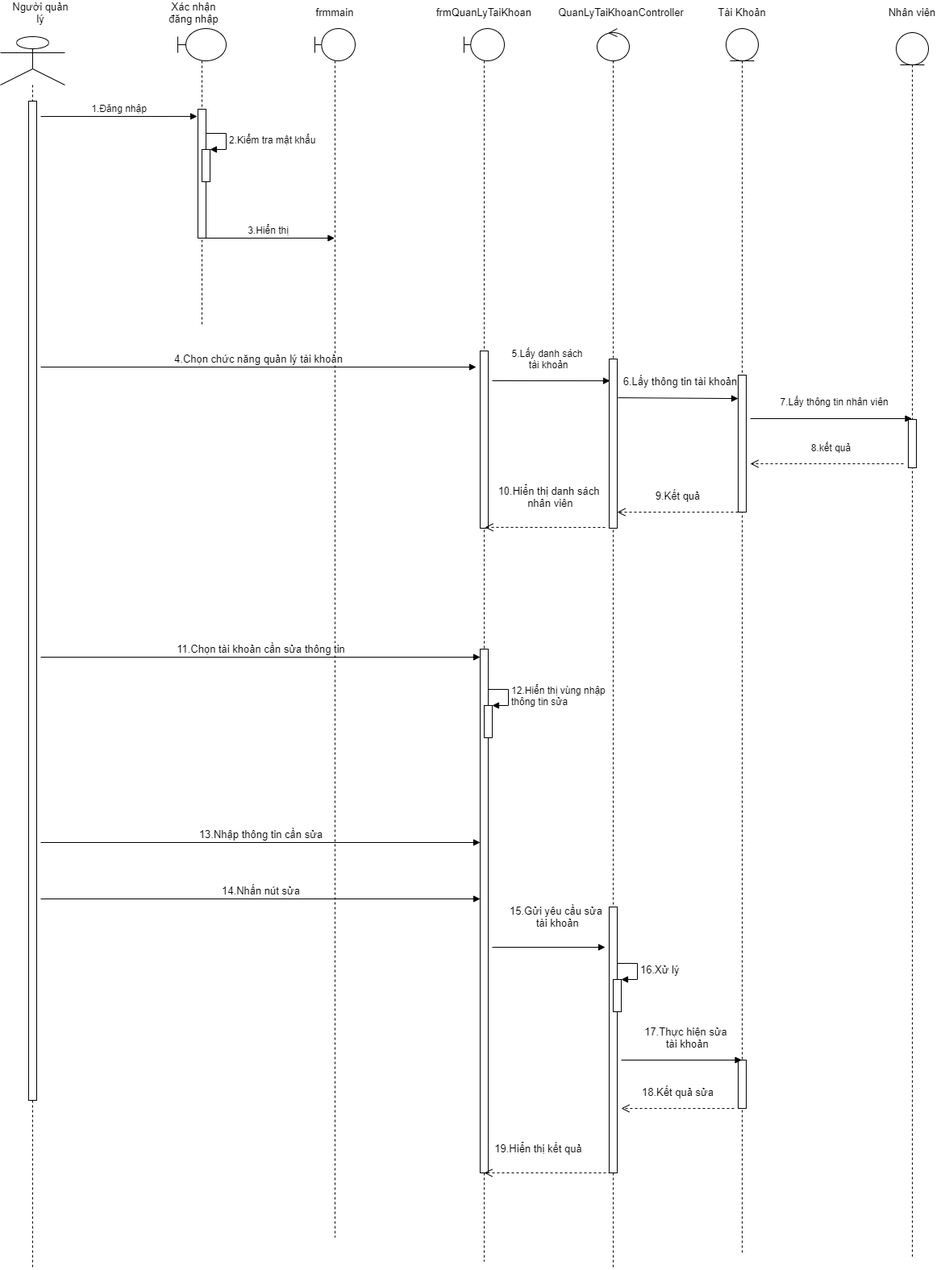
This is Phan_Tich_Thiet_Ke/Diagram/Sequence_Diagram/Sequence_Diagram_QuanLyTaiKhoan_SuataiKhoan.png from KNhaa/DoAnCNPM, a draw.io export, as it was before one commit. Source tidied: cells renumbered, new cells last; positions are measured from the earlier drawing's top-left corner, leaving out a move shared by most shapes.
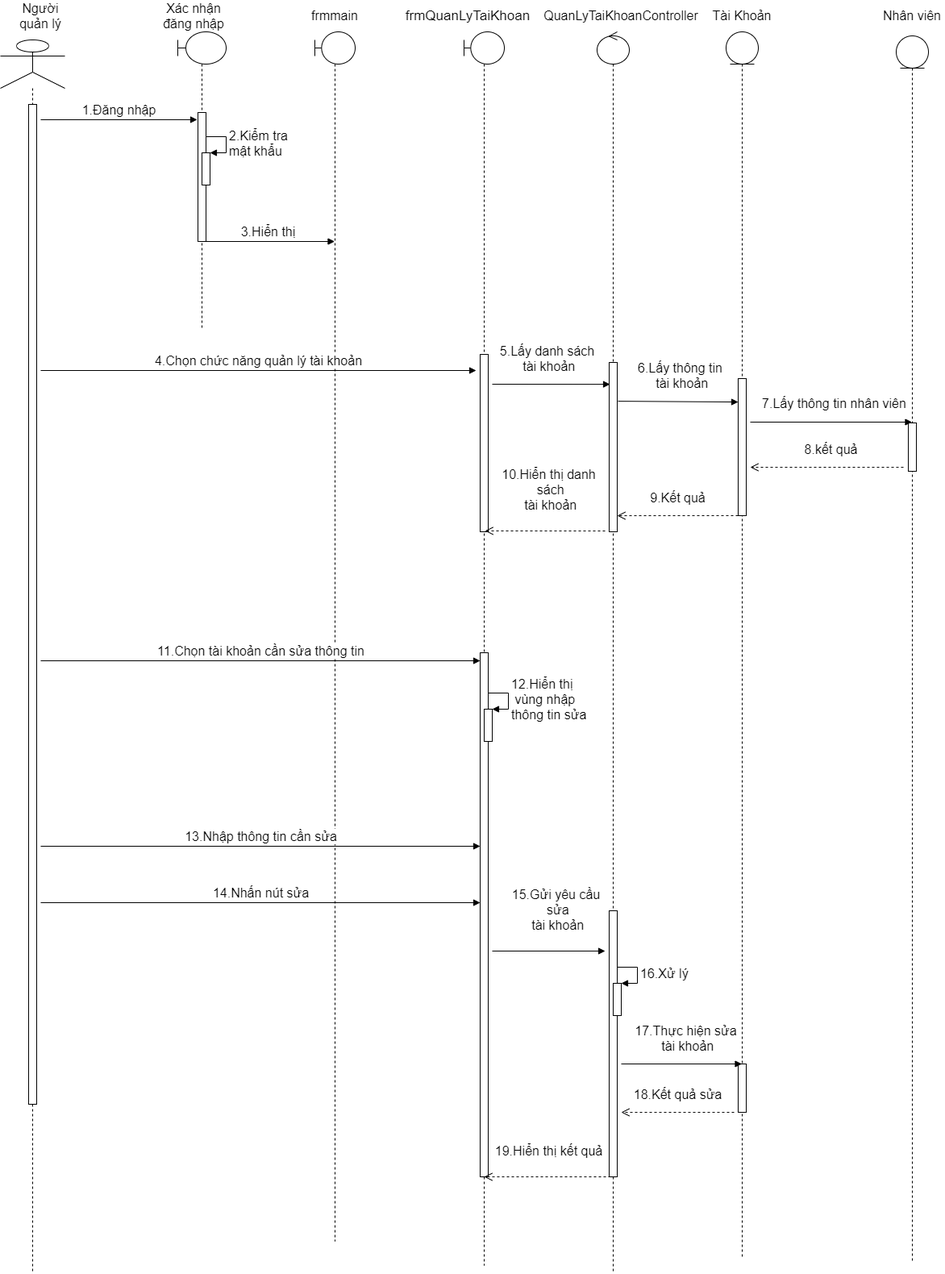
The same diagram one commit later.

The edit, as a diff of the source:
```diff
@@ -17,7 +17,7 @@
     <mxCell id="6" style="html=1;points=[];perimeter=orthogonalPerimeter;" parent="4" vertex="1">
       <mxGeometry x="30" y="150" width="10" height="40" as="geometry" />
     </mxCell>
-    <mxCell id="7" value="&lt;font style=&quot;font-size: 12px&quot;&gt;2.Kiểm tra mật khẩu&lt;/font&gt;" style="edgeStyle=orthogonalEdgeStyle;html=1;align=left;spacingLeft=2;endArrow=block;rounded=0;entryX=1;entryY=0;" parent="4" edge="1" target="6">
+    <mxCell id="7" value="&lt;font style=&quot;font-size: 16px&quot;&gt;2.Kiểm tra &lt;br&gt;mật khẩu&lt;/font&gt;" style="edgeStyle=orthogonalEdgeStyle;html=1;align=left;spacingLeft=2;endArrow=block;rounded=0;entryX=1;entryY=0;" parent="4" edge="1" target="6">
       <mxGeometry relative="1" as="geometry">
         <mxPoint x="35" y="130" as="sourcePoint" />
         <Array as="points">
@@ -37,7 +37,7 @@
     <mxCell id="11" style="html=1;perimeter=orthogonalPerimeter;" parent="9" vertex="1">
       <mxGeometry x="15" y="1280" width="10" height="60" as="geometry" />
     </mxCell>
-    <mxCell id="12" value="&lt;font style=&quot;font-size: 13px&quot;&gt;9.Kết quả&lt;/font&gt;" style="html=1;verticalAlign=bottom;endArrow=open;dashed=1;endSize=8;entryX=1;entryY=0.905;entryDx=0;entryDy=0;entryPerimeter=0;" parent="9" edge="1" target="14">
+    <mxCell id="12" value="&lt;font style=&quot;font-size: 16px&quot;&gt;9.Kết quả&lt;/font&gt;" style="html=1;verticalAlign=bottom;endArrow=open;dashed=1;endSize=8;entryX=1;entryY=0.905;entryDx=0;entryDy=0;entryPerimeter=0;" parent="9" edge="1" target="14">
       <mxGeometry y="-10" relative="1" as="geometry">
         <mxPoint x="15" y="600" as="sourcePoint" />
       </mxGeometry>
@@ -54,7 +54,7 @@
     <mxCell id="16" style="html=1;points=[];perimeter=orthogonalPerimeter;" parent="13" vertex="1">
       <mxGeometry x="20" y="1180" width="10" height="40" as="geometry" />
     </mxCell>
-    <mxCell id="17" value="&lt;font style=&quot;font-size: 13px&quot;&gt;16.Xử lý&lt;/font&gt;" style="edgeStyle=orthogonalEdgeStyle;html=1;align=left;spacingLeft=2;endArrow=block;rounded=0;entryX=1;entryY=0;" parent="13" edge="1" target="16">
+    <mxCell id="17" value="&lt;font style=&quot;font-size: 16px&quot;&gt;16.Xử lý&lt;/font&gt;" style="edgeStyle=orthogonalEdgeStyle;html=1;align=left;spacingLeft=2;endArrow=block;rounded=0;entryX=1;entryY=0;" parent="13" edge="1" target="16">
       <mxGeometry relative="1" as="geometry">
         <mxPoint x="25" y="1160" as="sourcePoint" />
         <Array as="points">
@@ -62,19 +62,19 @@
         </Array>
       </mxGeometry>
     </mxCell>
-    <mxCell id="18" value="&lt;font style=&quot;font-size: 13px&quot;&gt;Người quản lý&lt;/font&gt;" style="text;html=1;strokeColor=none;fillColor=none;align=center;verticalAlign=middle;whiteSpace=wrap;rounded=0;" parent="1" vertex="1">
+    <mxCell id="18" value="&lt;font style=&quot;font-size: 16px&quot;&gt;Người quản lý&lt;/font&gt;" style="text;html=1;strokeColor=none;fillColor=none;align=center;verticalAlign=middle;whiteSpace=wrap;rounded=0;" parent="1" vertex="1">
       <mxGeometry x="10" width="80" height="20" as="geometry" />
     </mxCell>
-    <mxCell id="19" value="&lt;font style=&quot;font-size: 13px&quot;&gt;Xác nhận đăng nhập&lt;/font&gt;" style="text;html=1;strokeColor=none;fillColor=none;align=center;verticalAlign=middle;whiteSpace=wrap;rounded=0;" parent="1" vertex="1">
+    <mxCell id="19" value="&lt;font style=&quot;font-size: 16px&quot;&gt;Xác nhận đăng nhập&lt;/font&gt;" style="text;html=1;strokeColor=none;fillColor=none;align=center;verticalAlign=middle;whiteSpace=wrap;rounded=0;" parent="1" vertex="1">
       <mxGeometry x="200" width="80" height="20" as="geometry" />
     </mxCell>
-    <mxCell id="20" value="&lt;font style=&quot;font-size: 13px&quot;&gt;frmmain&lt;/font&gt;" style="text;html=1;strokeColor=none;fillColor=none;align=center;verticalAlign=middle;whiteSpace=wrap;rounded=0;" parent="1" vertex="1">
+    <mxCell id="20" value="&lt;font style=&quot;font-size: 16px&quot;&gt;frmmain&lt;/font&gt;" style="text;html=1;strokeColor=none;fillColor=none;align=center;verticalAlign=middle;whiteSpace=wrap;rounded=0;" parent="1" vertex="1">
       <mxGeometry x="375" width="80" height="20" as="geometry" />
     </mxCell>
-    <mxCell id="21" value="&lt;font style=&quot;font-size: 13px&quot;&gt;frmQuanLyTaiKhoan&lt;/font&gt;" style="text;html=1;strokeColor=none;fillColor=none;align=center;verticalAlign=middle;whiteSpace=wrap;rounded=0;" parent="1" vertex="1">
-      <mxGeometry x="560" width="80" height="20" as="geometry" />
+    <mxCell id="21" value="&lt;font style=&quot;font-size: 17px&quot;&gt;frmQuanLyTaiKhoan&lt;/font&gt;" style="text;html=1;strokeColor=none;fillColor=none;align=center;verticalAlign=middle;whiteSpace=wrap;rounded=0;" parent="1" vertex="1">
+      <mxGeometry x="540" width="80" height="20" as="geometry" />
     </mxCell>
-    <mxCell id="22" value="&lt;font style=&quot;font-size: 13px&quot;&gt;Tài Khoản&lt;/font&gt;" style="text;html=1;strokeColor=none;fillColor=none;align=center;verticalAlign=middle;whiteSpace=wrap;rounded=0;" parent="1" vertex="1">
+    <mxCell id="22" value="&lt;font style=&quot;font-size: 16px&quot;&gt;Tài Khoản&lt;/font&gt;" style="text;html=1;strokeColor=none;fillColor=none;align=center;verticalAlign=middle;whiteSpace=wrap;rounded=0;" parent="1" vertex="1">
       <mxGeometry x="880" width="80" height="20" as="geometry" />
     </mxCell>
     <mxCell id="23" style="shape=umlLifeline;participant=umlBoundary;perimeter=lifelinePerimeter;whiteSpace=wrap;html=1;verticalAlign=top;spacingTop=36;" parent="1" vertex="1">
@@ -89,7 +89,7 @@
     <mxCell id="26" style="html=1;points=[];perimeter=orthogonalPerimeter;" parent="23" vertex="1">
       <mxGeometry x="25" y="840" width="10" height="40" as="geometry" />
     </mxCell>
-    <mxCell id="27" value="&lt;font style=&quot;font-size: 12px&quot;&gt;12.Hiển thị vùng nhập&amp;nbsp;&lt;br&gt;thông tin sửa&lt;/font&gt;" style="edgeStyle=orthogonalEdgeStyle;html=1;align=left;spacingLeft=2;endArrow=block;rounded=0;entryX=1;entryY=0;" parent="23" edge="1" target="26">
+    <mxCell id="27" value="&lt;font style=&quot;font-size: 16px&quot;&gt;12.Hiển thị&lt;br&gt;&amp;nbsp;vùng nhập&amp;nbsp;&lt;br&gt;thông tin sửa&lt;/font&gt;" style="edgeStyle=orthogonalEdgeStyle;html=1;align=left;spacingLeft=2;endArrow=block;rounded=0;entryX=1;entryY=0;" parent="23" edge="1" target="26">
       <mxGeometry relative="1" as="geometry">
         <mxPoint x="30" y="820" as="sourcePoint" />
         <Array as="points">
@@ -97,74 +97,74 @@
         </Array>
       </mxGeometry>
     </mxCell>
-    <mxCell id="28" value="&lt;font style=&quot;font-size: 13px&quot;&gt;QuanLyTaiKhoanController&lt;/font&gt;" style="text;html=1;strokeColor=none;fillColor=none;align=center;verticalAlign=middle;whiteSpace=wrap;rounded=0;" parent="1" vertex="1">
+    <mxCell id="28" value="&lt;font style=&quot;font-size: 16px&quot;&gt;QuanLyTaiKhoanController&lt;/font&gt;" style="text;html=1;strokeColor=none;fillColor=none;align=center;verticalAlign=middle;whiteSpace=wrap;rounded=0;" parent="1" vertex="1">
       <mxGeometry x="730" width="80" height="20" as="geometry" />
     </mxCell>
-    <mxCell id="29" value="&lt;font style=&quot;font-size: 12px&quot;&gt;1.Đăng nhập&lt;/font&gt;" style="html=1;verticalAlign=bottom;endArrow=block;entryX=-0.1;entryY=0.056;entryDx=0;entryDy=0;entryPerimeter=0;" parent="1" edge="1" target="5">
+    <mxCell id="29" value="&lt;font style=&quot;font-size: 16px&quot;&gt;1.Đăng nhập&lt;/font&gt;" style="html=1;verticalAlign=bottom;endArrow=block;entryX=-0.1;entryY=0.056;entryDx=0;entryDy=0;entryPerimeter=0;" parent="1" edge="1" target="5">
       <mxGeometry relative="1" as="geometry">
         <mxPoint x="50" y="139" as="sourcePoint" />
       </mxGeometry>
     </mxCell>
-    <mxCell id="30" value="&lt;font style=&quot;font-size: 12px&quot;&gt;3.Hiển thị&lt;/font&gt;" style="html=1;verticalAlign=bottom;endArrow=block;" parent="1" edge="1" target="8">
+    <mxCell id="30" value="&lt;font style=&quot;font-size: 16px&quot;&gt;3.Hiển thị&lt;/font&gt;" style="html=1;verticalAlign=bottom;endArrow=block;" parent="1" edge="1" target="8">
       <mxGeometry relative="1" as="geometry">
         <mxPoint x="250" y="290" as="sourcePoint" />
       </mxGeometry>
     </mxCell>
-    <mxCell id="31" value="&lt;font style=&quot;font-size: 13px&quot;&gt;4.Chọn chức năng quản lý tài khoản&lt;/font&gt;" style="html=1;verticalAlign=bottom;endArrow=block;" parent="1" edge="1">
+    <mxCell id="31" value="&lt;font style=&quot;font-size: 16px&quot;&gt;4.Chọn chức năng quản lý tài khoản&lt;/font&gt;" style="html=1;verticalAlign=bottom;endArrow=block;" parent="1" edge="1">
       <mxGeometry relative="1" as="geometry">
         <mxPoint x="50" y="450" as="sourcePoint" />
         <mxPoint x="590" y="450" as="targetPoint" />
       </mxGeometry>
     </mxCell>
-    <mxCell id="32" value="&lt;font style=&quot;font-size: 12px&quot;&gt;5.Lấy danh sách&lt;br&gt;&amp;nbsp;tài khoản&lt;/font&gt;" style="html=1;verticalAlign=bottom;endArrow=block;entryX=0.1;entryY=0.129;entryDx=0;entryDy=0;entryPerimeter=0;" parent="1" edge="1" target="14">
+    <mxCell id="32" value="&lt;font style=&quot;font-size: 16px&quot;&gt;5.Lấy danh sách&lt;br&gt;&amp;nbsp;tài khoản&lt;/font&gt;" style="html=1;verticalAlign=bottom;endArrow=block;entryX=0.1;entryY=0.129;entryDx=0;entryDy=0;entryPerimeter=0;" parent="1" edge="1" target="14">
       <mxGeometry x="-0.06" y="10" relative="1" as="geometry">
         <mxPoint x="610" y="467" as="sourcePoint" />
       </mxGeometry>
     </mxCell>
-    <mxCell id="33" value="&lt;font style=&quot;font-size: 13px&quot;&gt;6.Lấy thông tin tài khoản&lt;/font&gt;" style="html=1;verticalAlign=bottom;endArrow=block;exitX=1.1;exitY=0.229;exitDx=0;exitDy=0;exitPerimeter=0;entryX=0;entryY=0.171;entryDx=0;entryDy=0;entryPerimeter=0;" parent="1" edge="1" source="14" target="10">
+    <mxCell id="33" value="&lt;font style=&quot;font-size: 16px&quot;&gt;6.Lấy thông tin&lt;br&gt;&amp;nbsp;tài khoản&lt;/font&gt;" style="html=1;verticalAlign=bottom;endArrow=block;exitX=1.1;exitY=0.229;exitDx=0;exitDy=0;exitPerimeter=0;entryX=0;entryY=0.171;entryDx=0;entryDy=0;entryPerimeter=0;" parent="1" edge="1" source="14" target="10">
       <mxGeometry x="0.04" y="11" relative="1" as="geometry" />
     </mxCell>
-    <mxCell id="34" value="&lt;font style=&quot;font-size: 13px&quot;&gt;10.Hiển thị danh sách&lt;br&gt;&lt;font style=&quot;font-size: 13px&quot;&gt;&amp;nbsp;nhân viên&lt;/font&gt;&lt;/font&gt;" style="html=1;verticalAlign=bottom;endArrow=open;dashed=1;endSize=8;entryX=0.6;entryY=0.995;entryDx=0;entryDy=0;entryPerimeter=0;" parent="1" edge="1" target="24">
+    <mxCell id="34" value="&lt;font style=&quot;font-size: 16px&quot;&gt;10.Hiển thị danh&lt;br&gt;&amp;nbsp;sách&lt;br&gt;&lt;font style=&quot;font-size: 16px&quot;&gt;&amp;nbsp;tài khoản&lt;/font&gt;&lt;/font&gt;" style="html=1;verticalAlign=bottom;endArrow=open;dashed=1;endSize=8;entryX=0.6;entryY=0.995;entryDx=0;entryDy=0;entryPerimeter=0;" parent="1" edge="1" target="24">
       <mxGeometry x="-0.06" y="-20" relative="1" as="geometry">
         <mxPoint x="750" y="649" as="sourcePoint" />
       </mxGeometry>
     </mxCell>
-    <mxCell id="35" value="&lt;font style=&quot;font-size: 13px&quot;&gt;11.Chọn tài khoản cần sửa thông tin&lt;/font&gt;" style="html=1;verticalAlign=bottom;endArrow=block;" parent="1" edge="1" target="25">
+    <mxCell id="35" value="&lt;font style=&quot;font-size: 16px&quot;&gt;11.Chọn tài khoản cần sửa thông tin&lt;/font&gt;" style="html=1;verticalAlign=bottom;endArrow=block;" parent="1" edge="1" target="25">
       <mxGeometry relative="1" as="geometry">
         <mxPoint x="50" y="810" as="sourcePoint" />
       </mxGeometry>
     </mxCell>
-    <mxCell id="36" value="&lt;font style=&quot;font-size: 13px&quot;&gt;13.Nhập thông tin cần sửa&lt;/font&gt;" style="html=1;verticalAlign=bottom;endArrow=block;" parent="1" edge="1">
+    <mxCell id="36" value="&lt;font style=&quot;font-size: 16px&quot;&gt;13.Nhập thông tin cần sửa&lt;/font&gt;" style="html=1;verticalAlign=bottom;endArrow=block;" parent="1" edge="1">
       <mxGeometry relative="1" as="geometry">
         <mxPoint x="50" y="1040" as="sourcePoint" />
         <mxPoint x="595" y="1040" as="targetPoint" />
       </mxGeometry>
     </mxCell>
-    <mxCell id="37" value="&lt;font style=&quot;font-size: 13px&quot;&gt;14.Nhấn nút sửa&lt;/font&gt;" style="html=1;verticalAlign=bottom;endArrow=block;" parent="1" edge="1">
+    <mxCell id="37" value="&lt;font style=&quot;font-size: 16px&quot;&gt;14.Nhấn nút sửa&lt;/font&gt;" style="html=1;verticalAlign=bottom;endArrow=block;" parent="1" edge="1">
       <mxGeometry relative="1" as="geometry">
         <mxPoint x="50" y="1110" as="sourcePoint" />
         <mxPoint x="595" y="1110" as="targetPoint" />
       </mxGeometry>
     </mxCell>
-    <mxCell id="38" value="&lt;font style=&quot;font-size: 13px&quot;&gt;&lt;font style=&quot;font-size: 13px&quot;&gt;15.Gửi yêu cầu sửa&lt;br&gt;&lt;/font&gt;&lt;font style=&quot;font-size: 13px&quot;&gt;&amp;nbsp;tài khoản&lt;/font&gt;&lt;/font&gt;" style="html=1;verticalAlign=bottom;endArrow=block;" parent="1" edge="1">
+    <mxCell id="38" value="&lt;font style=&quot;font-size: 16px&quot;&gt;&lt;font style=&quot;font-size: 16px&quot;&gt;15.Gửi yêu cầu&lt;br&gt;&amp;nbsp;sửa&lt;br&gt;&lt;/font&gt;&lt;font style=&quot;font-size: 16px&quot;&gt;&amp;nbsp;tài khoản&lt;/font&gt;&lt;/font&gt;" style="html=1;verticalAlign=bottom;endArrow=block;" parent="1" edge="1">
       <mxGeometry x="0.13" y="20" relative="1" as="geometry">
         <mxPoint x="610" y="1170" as="sourcePoint" />
         <mxPoint x="750" y="1170" as="targetPoint" />
       </mxGeometry>
     </mxCell>
-    <mxCell id="39" value="&lt;font style=&quot;font-size: 13px&quot;&gt;17.Thực hiện sửa&lt;br&gt;&amp;nbsp;tài khoản&lt;/font&gt;" style="html=1;verticalAlign=bottom;endArrow=block;" parent="1" edge="1" target="9">
+    <mxCell id="39" value="&lt;font style=&quot;font-size: 16px&quot;&gt;17.Thực hiện sửa&lt;br&gt;&amp;nbsp;tài khoản&lt;/font&gt;" style="html=1;verticalAlign=bottom;endArrow=block;" parent="1" edge="1" target="9">
       <mxGeometry x="0.07" y="10" relative="1" as="geometry">
         <mxPoint x="770" y="1310" as="sourcePoint" />
       </mxGeometry>
     </mxCell>
-    <mxCell id="40" value="&lt;font style=&quot;font-size: 13px&quot;&gt;18.Kết quả sửa&lt;/font&gt;" style="html=1;verticalAlign=bottom;endArrow=open;dashed=1;endSize=8;" parent="1" edge="1">
+    <mxCell id="40" value="&lt;font style=&quot;font-size: 16px&quot;&gt;18.Kết quả sửa&lt;/font&gt;" style="html=1;verticalAlign=bottom;endArrow=open;dashed=1;endSize=8;" parent="1" edge="1">
       <mxGeometry y="-10" relative="1" as="geometry">
         <mxPoint x="910" y="1370" as="sourcePoint" />
         <mxPoint x="770" y="1370" as="targetPoint" />
       </mxGeometry>
     </mxCell>
-    <mxCell id="41" value="&lt;font style=&quot;font-size: 13px&quot;&gt;19.Hiển thị kết quả&lt;/font&gt;" style="html=1;verticalAlign=bottom;endArrow=open;dashed=1;endSize=8;exitX=0.2;exitY=1;exitDx=0;exitDy=0;exitPerimeter=0;" parent="1" edge="1" source="15">
-      <mxGeometry x="0.14" y="-20" relative="1" as="geometry">
+    <mxCell id="41" value="&lt;font style=&quot;font-size: 16px&quot;&gt;19.Hiển thị kết quả&lt;/font&gt;" style="html=1;verticalAlign=bottom;endArrow=open;dashed=1;endSize=8;exitX=0.2;exitY=1;exitDx=0;exitDy=0;exitPerimeter=0;" parent="1" edge="1" source="15">
+      <mxGeometry x="-0.02" y="-20" relative="1" as="geometry">
         <mxPoint x="600" y="1450" as="targetPoint" />
       </mxGeometry>
     </mxCell>
@@ -174,15 +174,15 @@
     <mxCell id="43" style="html=1;perimeter=orthogonalPerimeter;" parent="42" vertex="1">
       <mxGeometry x="15" y="480" width="10" height="60" as="geometry" />
     </mxCell>
-    <mxCell id="44" value="&lt;font style=&quot;font-size: 13px&quot;&gt;Nhân viên&lt;/font&gt;" style="text;html=1;strokeColor=none;fillColor=none;align=center;verticalAlign=middle;whiteSpace=wrap;rounded=0;" parent="1" vertex="1">
+    <mxCell id="44" value="&lt;font style=&quot;font-size: 16px&quot;&gt;Nhân viên&lt;/font&gt;" style="text;html=1;strokeColor=none;fillColor=none;align=center;verticalAlign=middle;whiteSpace=wrap;rounded=0;" parent="1" vertex="1">
       <mxGeometry x="1091" width="80" height="20" as="geometry" />
     </mxCell>
-    <mxCell id="45" value="&lt;font style=&quot;font-size: 12px&quot;&gt;7.Lấy thông tin nhân viên&lt;/font&gt;" style="html=1;verticalAlign=bottom;endArrow=block;" parent="1" edge="1" target="42">
+    <mxCell id="45" value="&lt;font style=&quot;font-size: 16px&quot;&gt;7.Lấy thông tin nhân viên&lt;/font&gt;" style="html=1;verticalAlign=bottom;endArrow=block;" parent="1" edge="1" target="42">
       <mxGeometry x="0.04" y="11" relative="1" as="geometry">
         <mxPoint x="930" y="514" as="sourcePoint" />
       </mxGeometry>
     </mxCell>
-    <mxCell id="46" value="&lt;font style=&quot;font-size: 12px&quot;&gt;8.kết quả&lt;/font&gt;" style="html=1;verticalAlign=bottom;endArrow=open;dashed=1;endSize=8;" parent="1" edge="1">
+    <mxCell id="46" value="&lt;font style=&quot;font-size: 16px&quot;&gt;8.kết quả&lt;/font&gt;" style="html=1;verticalAlign=bottom;endArrow=open;dashed=1;endSize=8;" parent="1" edge="1">
       <mxGeometry x="-0.05" y="-10" relative="1" as="geometry">
         <mxPoint x="1120" y="570" as="sourcePoint" />
         <mxPoint x="930" y="570" as="targetPoint" />
```
